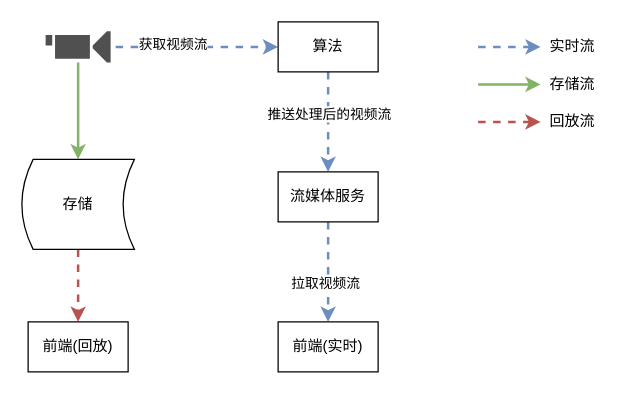
This is page "数据处理流程" (1 of 2) of 未命名绘图.drawio from gggyx/wyx, a draw.io file, before an edit. Source tidied: cells renumbered, new cells numbered last; positions are measured from the earlier drawing's top-left corner, leaving out a move shared by most shapes. Both pictures are drawn from the tidied source at 125%, with x=0, y=0 at pixel (21, 21).
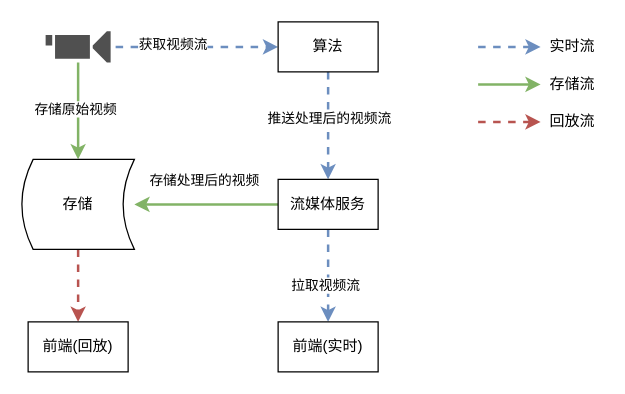
Above is the later version.

The change refers to these unchanged cells:
```xml
<mxCell id="4" style="edgeStyle=orthogonalEdgeStyle;rounded=1;jettySize=auto;html=1;strokeWidth=2;fillColor=#d5e8d4;strokeColor=#82b366;" parent="1" edge="1" source="5">
  <mxGeometry relative="1" as="geometry">
    <mxPoint x="45" y="110" as="targetPoint" />
  </mxGeometry>
</mxCell>
<mxCell id="14" value="存储" style="shape=dataStorage;whiteSpace=wrap;html=1;" parent="1" vertex="1">
  <mxGeometry y="110" width="90" height="72" as="geometry" />
</mxCell>
```

Diff of the diagram source:
```diff
@@
+    <mxCell id="25" value="存储原始视频" style="edgeLabel;html=1;align=center;verticalAlign=middle;" parent="4" vertex="1">
+      <mxGeometry x="-0.08" y="-3" relative="1" as="geometry">
+        <mxPoint y="1" as="offset" />
+      </mxGeometry>
+    </mxCell>
@@
+    <mxCell id="26" style="edgeStyle=none;rounded=1;jettySize=auto;html=1;exitX=0;exitY=0.5;exitDx=0;exitDy=0;entryX=1;entryY=0.5;entryDx=0;entryDy=0;fillColor=#d5e8d4;strokeColor=#82b366;strokeWidth=2;" parent="1" edge="1" source="11" target="14">
+      <mxGeometry relative="1" as="geometry" />
+    </mxCell>
+    <mxCell id="27" value="存储处理后的视频" style="edgeLabel;html=1;align=center;verticalAlign=middle;" parent="26" vertex="1">
+      <mxGeometry x="0.17" relative="1" as="geometry">
+        <mxPoint x="7" y="-20" as="offset" />
+      </mxGeometry>
+    </mxCell>
     <mxCell id="11" value="流媒体服务" style="rounded=0;whiteSpace=wrap;html=1;" parent="1" vertex="1">
-      <mxGeometry x="205" y="120" width="80" height="40" as="geometry" />
+      <mxGeometry x="205" y="126" width="80" height="40" as="geometry" />
     </mxCell>
```
